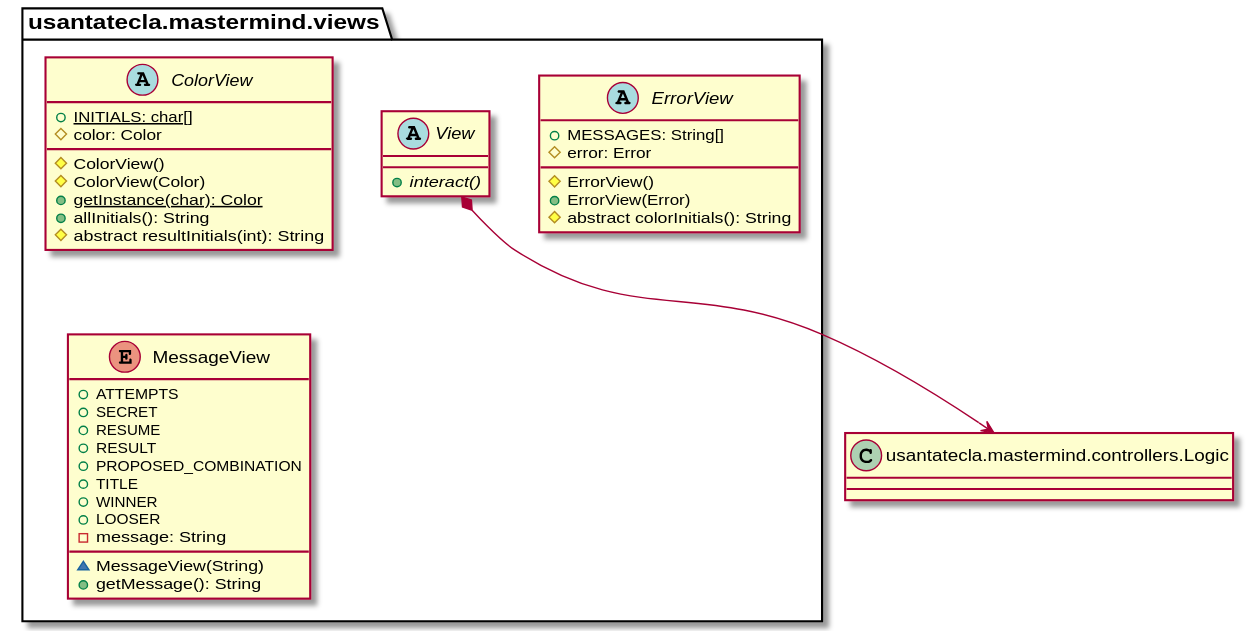
This is modelViewPresenter/presentationModel/withoutDoubleDispatching/docs/diagrams/out/paquetes/usantatecla.mastermind.views.svg from SantaTecla-mastermind/solution.java.swing.socket.sql, a PlantUML export, as it was before one commit. Source of this version:
```plantuml
@startuml
abstract class  usantatecla.mastermind.views.ColorView{
+ {static} INITIALS: char[]
# color: Color
# ColorView()
# ColorView(Color)
+ {static} getInstance(char): Color
+ allInitials(): String
# abstract resultInitials(int): String
}

abstract class  usantatecla.mastermind.views.ErrorView{
+ MESSAGES: String[]
# error: Error
# ErrorView()
+ ErrorView(Error)
# abstract colorInitials(): String
}

 enum  usantatecla.mastermind.views.Message{
+ ATTEMPTS
+ SECRET
+ RESUME
+ RESULT
+ PROPOSED_COMBINATION
+ TITLE
+ WINNER
+ LOOSER
- message: String
~ MessageView(String)
+ getMessage(): String
}

abstract class  usantatecla.mastermind.views.View{
+ {abstract} interact()
}
class Logic as "usantatecla.mastermind.controllers.Logic" {


}
usantatecla.mastermind.views.View *-down-> Logic
@enduml
```
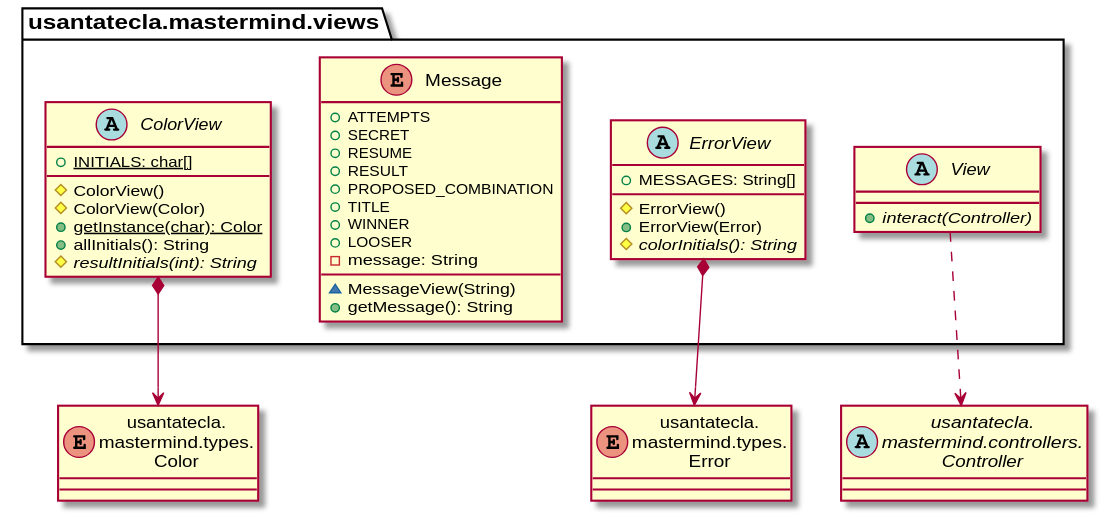
After the change.

Diff of the diagram source:
```diff
@@ -1,42 +1,42 @@
 @startuml
+abstract class Controller as "usantatecla.\nmastermind.controllers.\nController"
+enum Color as "usantatecla.\nmastermind.types.\nColor"
+enum Error as "usantatecla.\nmastermind.types.\nError"
+
 abstract class  usantatecla.mastermind.views.ColorView{
-+ {static} INITIALS: char[]
-# color: Color
-# ColorView()
-# ColorView(Color)
-+ {static} getInstance(char): Color
-+ allInitials(): String
-# abstract resultInitials(int): String
+    + {static} INITIALS: char[]
+    # ColorView()
+    # ColorView(Color)
+    + {static} getInstance(char): Color
+    + allInitials(): String
+    # {abstract} resultInitials(int): String
 }
+usantatecla.mastermind.views.ColorView *-down-> Color
 
 abstract class  usantatecla.mastermind.views.ErrorView{
-+ MESSAGES: String[]
-# error: Error
-# ErrorView()
-+ ErrorView(Error)
-# abstract colorInitials(): String
+    + MESSAGES: String[]
+    # ErrorView()
+    + ErrorView(Error)
+    # {abstract} colorInitials(): String
 }
+usantatecla.mastermind.views.ErrorView *-down-> Error
 
- enum  usantatecla.mastermind.views.Message{
-+ ATTEMPTS
-+ SECRET
-+ RESUME
-+ RESULT
-+ PROPOSED_COMBINATION
-+ TITLE
-+ WINNER
-+ LOOSER
-- message: String
-~ MessageView(String)
-+ getMessage(): String
+enum  usantatecla.mastermind.views.Message{
+    + ATTEMPTS
+    + SECRET
+    + RESUME
+    + RESULT
+    + PROPOSED_COMBINATION
+    + TITLE
+    + WINNER
+    + LOOSER
+    - message: String
+    ~ MessageView(String)
+    + getMessage(): String
 }
 
 abstract class  usantatecla.mastermind.views.View{
-+ {abstract} interact()
+    + {abstract} interact(Controller)
 }
-class Logic as "usantatecla.mastermind.controllers.Logic" {
-
-
-}
-usantatecla.mastermind.views.View *-down-> Logic
+usantatecla.mastermind.views.View .down.> Controller
 @enduml
```
